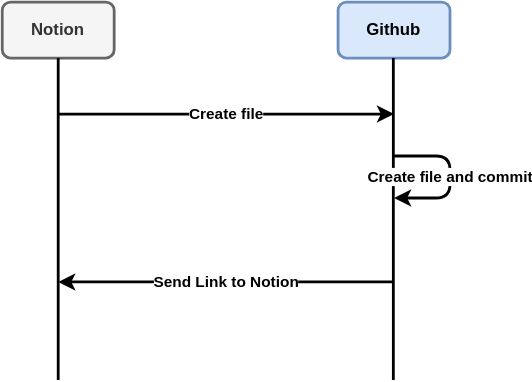
This is drawio/TestingDraw.drawio.svg from thanh-pt/FileHost, a draw.io export, as it was before one commit. Source tidied: cells renumbered, new cells last; positions are measured from the earlier drawing's top-left corner, leaving out a move shared by most shapes.
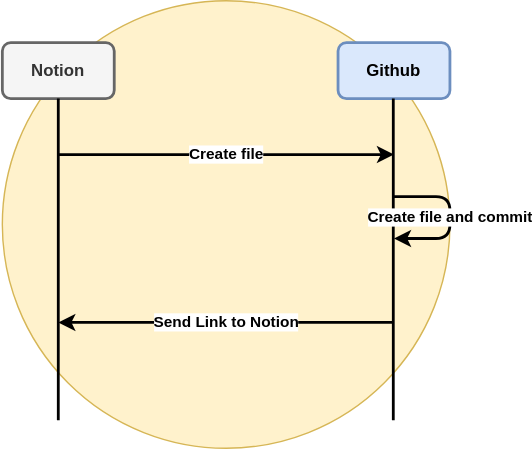
The same file after the commit.

What changed in the source:
```diff
@@ -2,6 +2,9 @@
   <root>
     <mxCell id="0" />
     <mxCell id="1" parent="0" />
+    <mxCell id="9" style="ellipse;whiteSpace=wrap;html=1;fillColor=#fff2cc;strokeColor=#d6b656;" parent="1" vertex="1">
+      <mxGeometry y="-30" width="320" height="320" as="geometry" />
+    </mxCell>
     <mxCell id="2" value="Notion" style="rounded=1;whiteSpace=wrap;html=1;fillColor=#f5f5f5;fontColor=#333333;strokeColor=#666666;fontStyle=1;strokeWidth=2;" parent="1" vertex="1">
       <mxGeometry width="80" height="40" as="geometry" />
     </mxCell>
```
